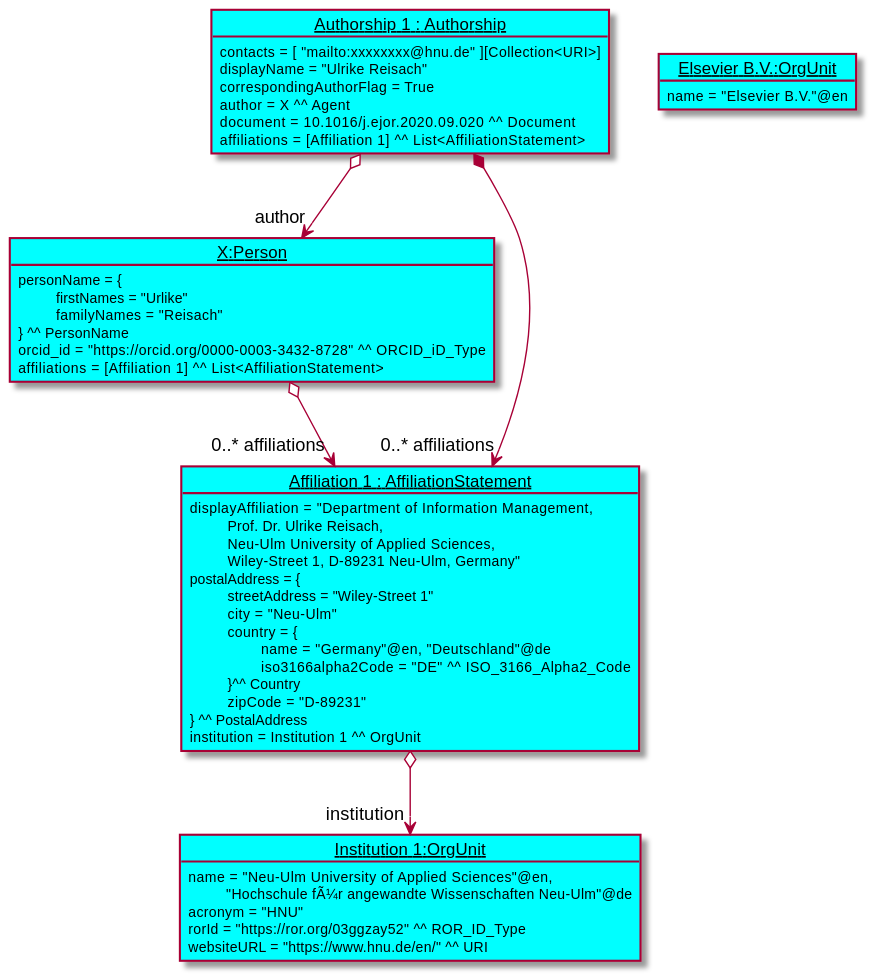
The PlantUML diagram diagrams/coreExample.svg in EuroCRIS/CERIF-ScholarlyPublicationsModule, before a commit.
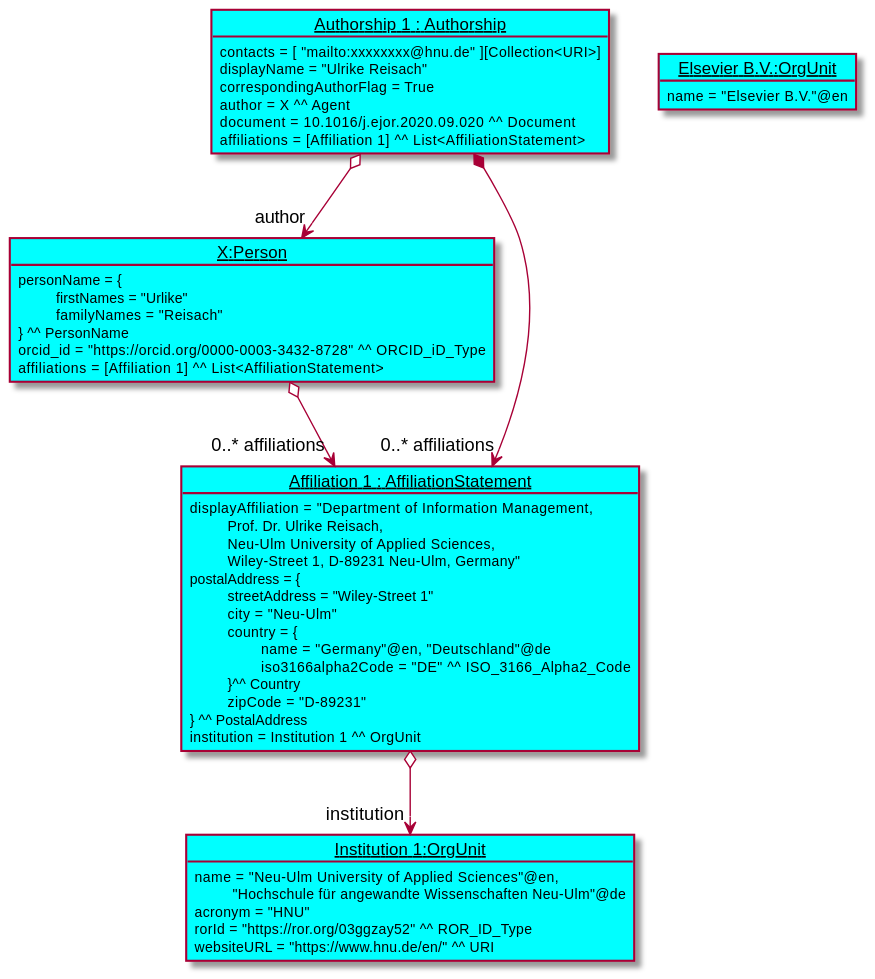
The same diagram one commit later.

Commit message:
colors at diagrams (core and module distinction)

What changed in the source:
```diff
@@ -14,7 +14,7 @@
     !startsub ins
     object "<u>Institution 1:OrgUnit</u>" as Ins1 #00ffff {
     	    name = "Neu-Ulm University of Applied Sciences"@en,
-    	    \t "Hochschule fÃ¼r angewandte Wissenschaften Neu-Ulm"@de
+    	    \t "Hochschule für angewandte Wissenschaften Neu-Ulm"@de
             acronym = "HNU"
             rorId = "https://ror.org/03ggzay52" ^^ ROR_ID_Type
             websiteURL = "https://www.hnu.de/en/" ^^ URI
```
